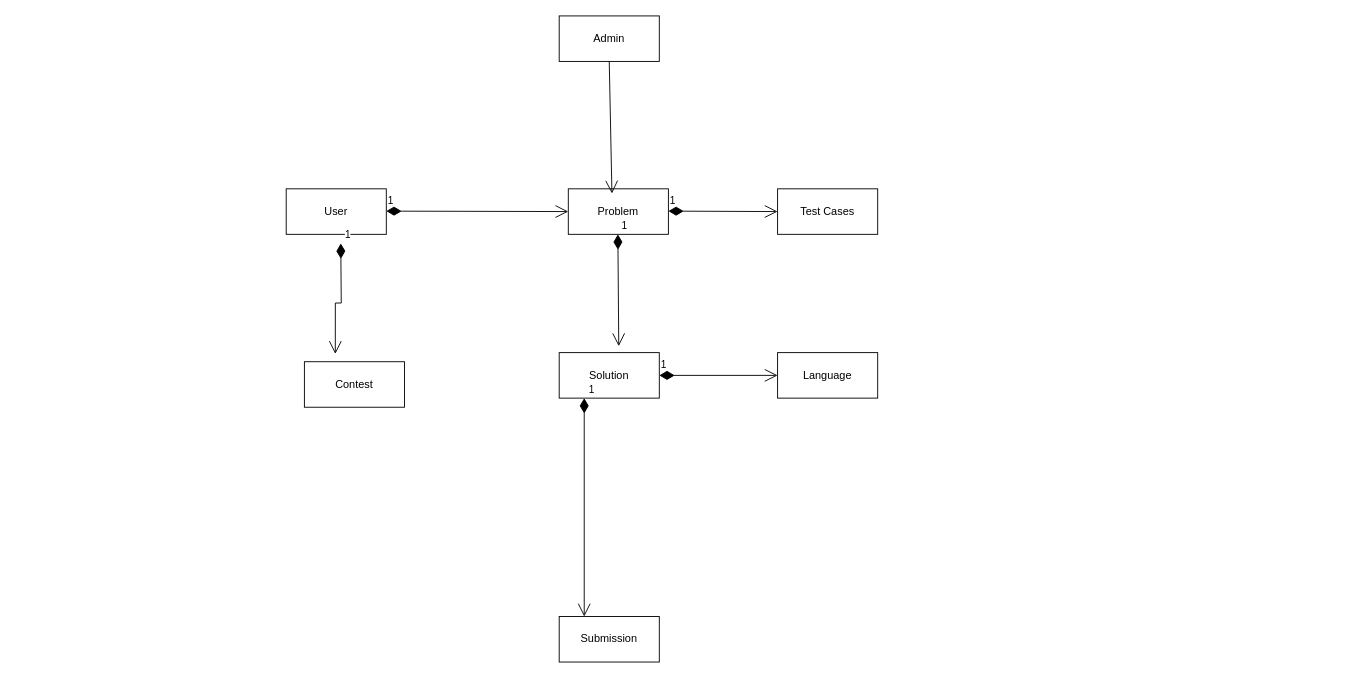
Earlier version of the draw.io diagram object-model.drawio (sharma-mitneu/MonkeyKraftCoders). Source tidied: cells renumbered, new cells numbered last; positions are measured from the earlier drawing's top-left corner, leaving out a move shared by most shapes. Both pictures are drawn from the tidied source at 91%, with x=0, y=0 at pixel (286, 15).
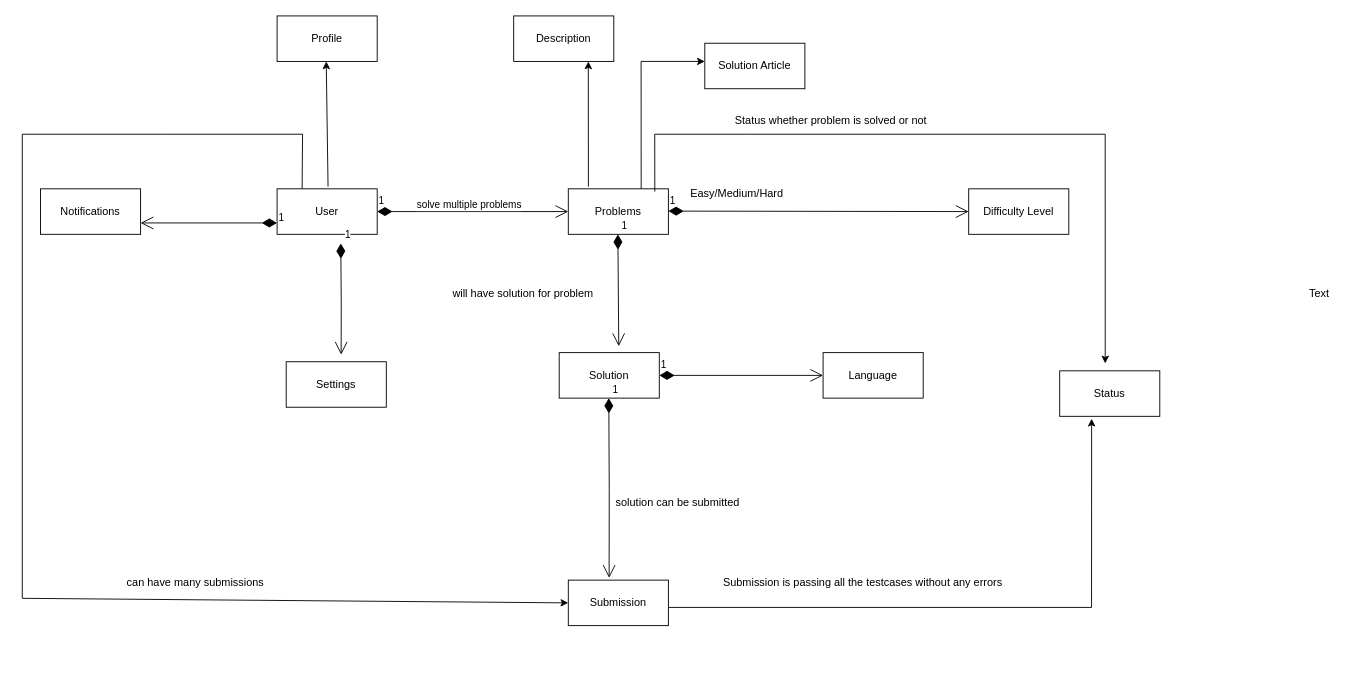
After the change.

The change refers to these unchanged cells:
```xml
<mxCell id="4" value="Solution" style="html=1;whiteSpace=wrap;" parent="1" vertex="1">
  <mxGeometry x="300" y="370" width="110" height="50" as="geometry" />
</mxCell>
```

What changed in the source:
```diff
@@
     <mxCell id="2" value="User" style="html=1;whiteSpace=wrap;" parent="1" vertex="1">
-      <mxGeometry y="190" width="110" height="50" as="geometry" />
+      <mxGeometry x="-10" y="190" width="110" height="50" as="geometry" />
     </mxCell>
-    <mxCell id="3" value="Problem" style="html=1;whiteSpace=wrap;" parent="1" vertex="1">
+    <mxCell id="3" value="Problems" style="html=1;whiteSpace=wrap;" parent="1" vertex="1">
       <mxGeometry x="310" y="190" width="110" height="50" as="geometry" />
     </mxCell>
@@
-    <mxCell id="5" value="Test Cases" style="html=1;whiteSpace=wrap;" parent="1" vertex="1">
-      <mxGeometry x="540" y="190" width="110" height="50" as="geometry" />
+    <mxCell id="5" value="Difficulty Level" style="html=1;whiteSpace=wrap;" parent="1" vertex="1">
+      <mxGeometry x="750" y="190" width="110" height="50" as="geometry" />
     </mxCell>
     <mxCell id="6" value="Submission" style="html=1;whiteSpace=wrap;" parent="1" vertex="1">
-      <mxGeometry x="300" y="660" width="110" height="50" as="geometry" />
+      <mxGeometry x="310" y="620" width="110" height="50" as="geometry" />
     </mxCell>
-    <mxCell id="7" value="Contest" style="html=1;whiteSpace=wrap;" parent="1" vertex="1">
-      <mxGeometry x="20" y="380" width="110" height="50" as="geometry" />
+    <mxCell id="7" value="Settings" style="html=1;whiteSpace=wrap;" parent="1" vertex="1">
+      <mxGeometry y="380" width="110" height="50" as="geometry" />
     </mxCell>
@@
-    <mxCell id="9" value="1" style="endArrow=open;html=1;endSize=12;startArrow=diamondThin;startSize=14;startFill=1;edgeStyle=orthogonalEdgeStyle;align=left;verticalAlign=bottom;rounded=0;exitX=0.25;exitY=1;exitDx=0;exitDy=0;entryX=0.25;entryY=0;entryDx=0;entryDy=0;" parent="1" edge="1" source="4" target="6">
-      <mxGeometry x="-1" y="3" relative="1" as="geometry" />
+    <mxCell id="9" value="1" style="endArrow=open;html=1;endSize=12;startArrow=diamondThin;startSize=14;startFill=1;edgeStyle=orthogonalEdgeStyle;align=left;verticalAlign=bottom;rounded=0;exitX=0.25;exitY=1;exitDx=0;exitDy=0;entryX=0.408;entryY=-0.048;entryDx=0;entryDy=0;entryPerimeter=0;" parent="1" edge="1" target="6">
+      <mxGeometry x="-1" y="3" relative="1" as="geometry">
+        <mxPoint x="354.5" y="420" as="sourcePoint" />
+      </mxGeometry>
     </mxCell>
-    <mxCell id="10" value="1" style="endArrow=open;html=1;endSize=12;startArrow=diamondThin;startSize=14;startFill=1;edgeStyle=orthogonalEdgeStyle;align=left;verticalAlign=bottom;rounded=0;entryX=0.309;entryY=-0.171;entryDx=0;entryDy=0;entryPerimeter=0;" parent="1" edge="1" target="7">
+    <mxCell id="10" value="1" style="endArrow=open;html=1;endSize=12;startArrow=diamondThin;startSize=14;startFill=1;edgeStyle=orthogonalEdgeStyle;align=left;verticalAlign=bottom;rounded=0;entryX=0.549;entryY=-0.155;entryDx=0;entryDy=0;entryPerimeter=0;" parent="1" edge="1" target="7">
       <mxGeometry x="-1" y="3" relative="1" as="geometry">
         <mxPoint x="60" y="250" as="sourcePoint" />
       </mxGeometry>
     </mxCell>
     <mxCell id="11" value="Language" style="html=1;whiteSpace=wrap;" parent="1" vertex="1">
-      <mxGeometry x="540" y="370" width="110" height="50" as="geometry" />
+      <mxGeometry x="590" y="370" width="110" height="50" as="geometry" />
     </mxCell>
@@
-    <mxCell id="14" value="Admin" style="html=1;whiteSpace=wrap;" parent="1" vertex="1">
-      <mxGeometry x="300" width="110" height="50" as="geometry" />
-    </mxCell>
-    <mxCell id="15" style="endArrow=open;endFill=1;endSize=12;html=1;rounded=0;exitX=0.5;exitY=1;exitDx=0;exitDy=0;entryX=0.436;entryY=0.104;entryDx=0;entryDy=0;entryPerimeter=0;" parent="1" edge="1" source="14" target="3">
-      <mxGeometry relative="1" as="geometry" />
-    </mxCell>
-    <mxCell id="16" value="1" style="endArrow=open;html=1;endSize=12;startArrow=diamondThin;startSize=14;startFill=1;edgeStyle=orthogonalEdgeStyle;align=left;verticalAlign=bottom;rounded=0;entryX=0;entryY=0.5;entryDx=0;entryDy=0;" parent="1" edge="1" target="3">
-      <mxGeometry x="-1" y="3" relative="1" as="geometry">
-        <mxPoint x="110" y="214.5" as="sourcePoint" />
-      </mxGeometry>
+    <mxCell id="16" value="1" style="endArrow=open;html=1;endSize=12;startArrow=diamondThin;startSize=14;startFill=1;edgeStyle=orthogonalEdgeStyle;align=left;verticalAlign=bottom;rounded=0;entryX=0;entryY=0.5;entryDx=0;entryDy=0;exitX=1;exitY=0.5;exitDx=0;exitDy=0;" parent="1" edge="1" source="2" target="3">
+      <mxGeometry x="-1" y="3" relative="1" as="geometry" />
     </mxCell>
+    <mxCell id="17" value="solve multiple problems" style="edgeLabel;html=1;align=center;verticalAlign=middle;" parent="16" vertex="1">
+      <mxGeometry x="-0.45" y="8" relative="1" as="geometry">
+        <mxPoint x="42" as="offset" />
+      </mxGeometry>
+    </mxCell>
+    <mxCell id="18" value="Profile" style="html=1;whiteSpace=wrap;" parent="1" vertex="1">
+      <mxGeometry x="-10" width="110" height="50" as="geometry" />
+    </mxCell>
+    <mxCell id="19" value="Notifications" style="html=1;whiteSpace=wrap;" parent="1" vertex="1">
+      <mxGeometry x="-270" y="190" width="110" height="50" as="geometry" />
+    </mxCell>
+    <mxCell id="20" value="1" style="endArrow=open;html=1;endSize=12;startArrow=diamondThin;startSize=14;startFill=1;edgeStyle=orthogonalEdgeStyle;align=left;verticalAlign=bottom;rounded=0;entryX=1;entryY=0.75;entryDx=0;entryDy=0;exitX=0;exitY=0.75;exitDx=0;exitDy=0;" parent="1" edge="1" source="2" target="19">
+      <mxGeometry x="-1" y="3" relative="1" as="geometry" />
+    </mxCell>
+    <mxCell id="21" value="Description" style="html=1;whiteSpace=wrap;" parent="1" vertex="1">
+      <mxGeometry x="250" width="110" height="50" as="geometry" />
+    </mxCell>
+    <mxCell id="22" value="Solution Article" style="html=1;whiteSpace=wrap;" parent="1" vertex="1">
+      <mxGeometry x="460" y="30" width="110" height="50" as="geometry" />
+    </mxCell>
+    <mxCell id="23" value="Easy/Medium/Hard" style="text;html=1;align=center;verticalAlign=middle;strokeColor=none;fillColor=none;" parent="1" vertex="1">
+      <mxGeometry x="430" y="180" width="130" height="30" as="geometry" />
+    </mxCell>
+    <mxCell id="24" value="will have solution for problem" style="text;html=1;align=center;verticalAlign=middle;strokeColor=none;fillColor=none;" parent="1" vertex="1">
+      <mxGeometry x="170" y="290" width="180" height="30" as="geometry" />
+    </mxCell>
+    <mxCell id="25" value="solution can be submitted" style="text;html=1;align=center;verticalAlign=middle;strokeColor=none;fillColor=none;" parent="1" vertex="1">
+      <mxGeometry x="350" y="520" width="160" height="30" as="geometry" />
+    </mxCell>
+    <mxCell id="26" style="edgeStyle=none;jettySize=auto;html=1;rounded=0;entryX=0;entryY=0.5;entryDx=0;entryDy=0;exitX=0.25;exitY=0;exitDx=0;exitDy=0;" parent="1" edge="1" source="2" target="6">
+      <mxGeometry relative="1" as="geometry">
+        <Array as="points">
+          <mxPoint x="18" y="130" />
+          <mxPoint x="-130" y="130" />
+          <mxPoint x="-290" y="130" />
+          <mxPoint x="-290" y="640" />
+        </Array>
+      </mxGeometry>
+    </mxCell>
+    <mxCell id="27" value="can have many submissions" style="text;html=1;align=center;verticalAlign=middle;strokeColor=none;fillColor=none;" parent="1" vertex="1">
+      <mxGeometry x="-185" y="608" width="170" height="30" as="geometry" />
+    </mxCell>
+    <mxCell id="28" style="edgeStyle=none;orthogonalLoop=1;jettySize=auto;html=1;rounded=0;entryX=0.661;entryY=1.067;entryDx=0;entryDy=0;entryPerimeter=0;exitX=0.68;exitY=0.019;exitDx=0;exitDy=0;exitPerimeter=0;" parent="1" edge="1">
+      <mxGeometry relative="1" as="geometry">
+        <mxPoint x="46" y="187.6" as="sourcePoint" />
+        <mxPoint x="44" y="50" as="targetPoint" />
+      </mxGeometry>
+    </mxCell>
+    <mxCell id="29" style="edgeStyle=none;orthogonalLoop=1;jettySize=auto;html=1;rounded=0;exitX=0.68;exitY=0.019;exitDx=0;exitDy=0;exitPerimeter=0;" parent="1" edge="1">
+      <mxGeometry relative="1" as="geometry">
+        <mxPoint x="332.1" y="187.6" as="sourcePoint" />
+        <mxPoint x="332" y="50" as="targetPoint" />
+      </mxGeometry>
+    </mxCell>
+    <mxCell id="30" style="edgeStyle=none;orthogonalLoop=1;jettySize=auto;html=1;rounded=0;exitX=0.68;exitY=0.019;exitDx=0;exitDy=0;exitPerimeter=0;" parent="1" edge="1">
+      <mxGeometry relative="1" as="geometry">
+        <mxPoint x="390.1" y="190" as="sourcePoint" />
+        <mxPoint x="460" y="50" as="targetPoint" />
+        <Array as="points">
+          <mxPoint x="390" y="50" />
+        </Array>
+      </mxGeometry>
+    </mxCell>
+    <mxCell id="31" value="Text" style="text;html=1;align=center;verticalAlign=middle;strokeColor=none;fillColor=none;" parent="1" vertex="1">
+      <mxGeometry x="1110" y="290" width="50" height="30" as="geometry" />
+    </mxCell>
+    <mxCell id="32" value="Status" style="html=1;whiteSpace=wrap;" parent="1" vertex="1">
+      <mxGeometry x="850" y="390" width="110" height="50" as="geometry" />
+    </mxCell>
+    <mxCell id="33" style="edgeStyle=none;jettySize=auto;html=1;rounded=0;exitX=0.864;exitY=0.061;exitDx=0;exitDy=0;exitPerimeter=0;entryX=0.455;entryY=-0.163;entryDx=0;entryDy=0;entryPerimeter=0;" parent="1" edge="1" source="3" target="32">
+      <mxGeometry relative="1" as="geometry">
+        <Array as="points">
+          <mxPoint x="405" y="130" />
+          <mxPoint x="510" y="130" />
+          <mxPoint x="900" y="130" />
+        </Array>
+      </mxGeometry>
+    </mxCell>
+    <mxCell id="34" value="Status whether problem is solved or not&amp;nbsp;" style="text;html=1;align=center;verticalAlign=middle;strokeColor=none;fillColor=none;" parent="1" vertex="1">
+      <mxGeometry x="480" y="100" width="240" height="30" as="geometry" />
+    </mxCell>
+    <mxCell id="35" style="edgeStyle=none;jettySize=auto;html=1;rounded=0;entryX=0.319;entryY=1.053;entryDx=0;entryDy=0;entryPerimeter=0;" parent="1" edge="1" target="32">
+      <mxGeometry relative="1" as="geometry">
+        <mxPoint x="420" y="650" as="sourcePoint" />
+        <Array as="points">
+          <mxPoint x="885" y="650" />
+        </Array>
+      </mxGeometry>
+    </mxCell>
+    <mxCell id="36" value="Submission is passing all the testcases without any errors&amp;nbsp;" style="text;html=1;align=center;verticalAlign=middle;strokeColor=none;fillColor=none;" parent="1" vertex="1">
+      <mxGeometry x="470" y="608" width="330" height="30" as="geometry" />
+    </mxCell>
```
